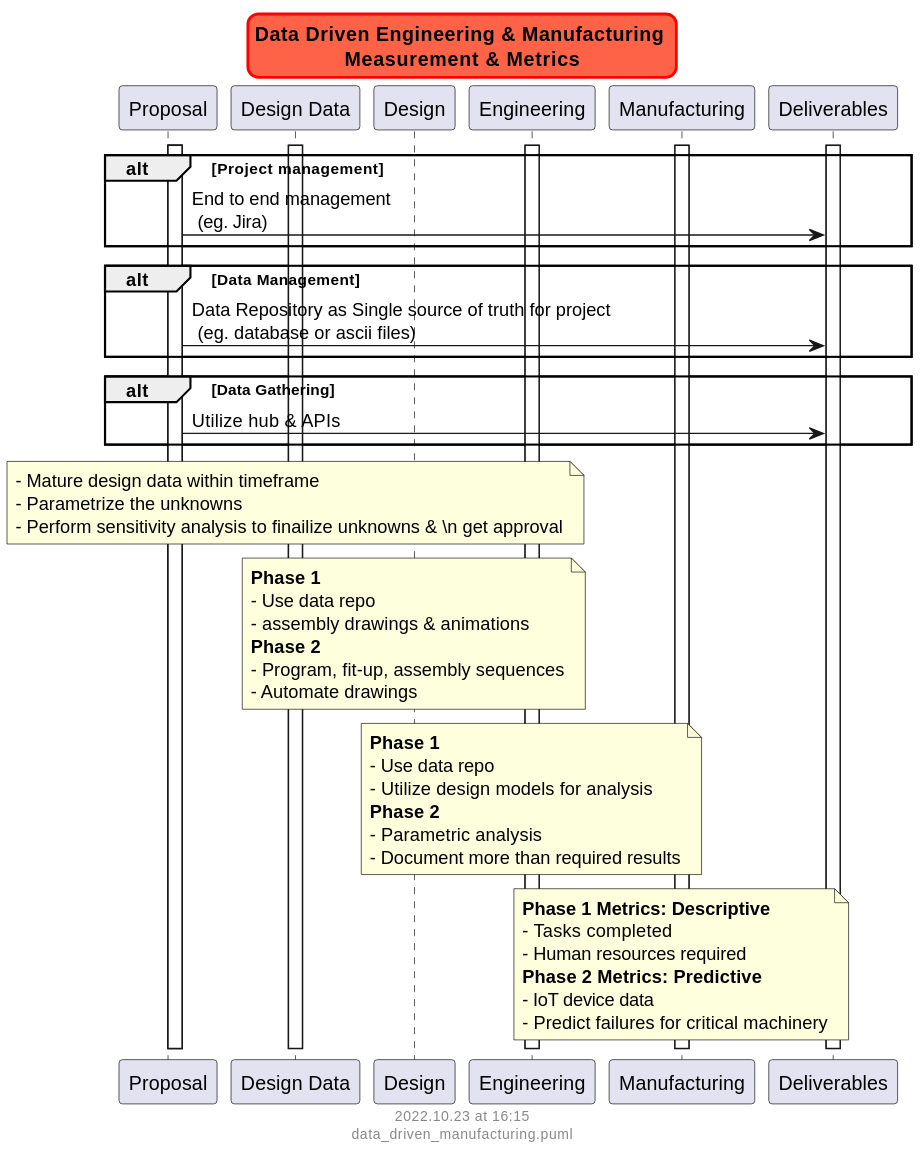
The PlantUML diagram eng/data_driven_engineering.svg in vamseeachanta/energy, before a commit. Source of this version:
```plantuml
@startuml data_driven_engineering
skinparam titleBorderRoundCorner 15
skinparam titleBorderThickness 2
skinparam titleBorderColor red
skinparam titleBackgroundColor Tomato

title Data Driven Engineering & Manufacturing \nMeasurement & Metrics

    participant Proposal
    participant "Design Data" as dd
    participant Design
    participant Engineering
    participant Manufacturing
    participant Deliverables
    activate Proposal

    activate Proposal
    activate dd
    activate Engineering
    activate Manufacturing
    activate Deliverables

    alt Project management
        Proposal-> Deliverables: End to end management \n (eg. Jira)
    end group

    alt Data Management
        Proposal-> Deliverables: Data Repository as Single source of truth for project \n (eg. database or ascii files)
    end group

    alt Data Gathering
        Proposal-> Deliverables: Utilize hub & APIs
    end group

note over dd
    - Mature design data within timeframe
    - Parametrize the unknowns
    - Perform sensitivity analysis to finailize unknowns & \n get approval
end note


note over Design
    <b>Phase 1
    - Use data repo
    - assembly drawings & animations
    <b>Phase 2
    - Program, fit-up, assembly sequences
    - Automate drawings
end note


note over Engineering
    <b>Phase 1
    - Use data repo
    - Utilize design models for analysis
    <b>Phase 2
    - Parametric analysis
    - Document more than required results
end note


note over Manufacturing
    <b>Phase 1 Metrics: Descriptive
    - Tasks completed
    - Human resources required
    <b>Phase 2 Metrics: Predictive
    - IoT device data
    - Predict failures for critical machinery
end note


footer
%date("yyyy.MM.dd' at 'HH:mm")
%filename()
end footer

@enduml
```
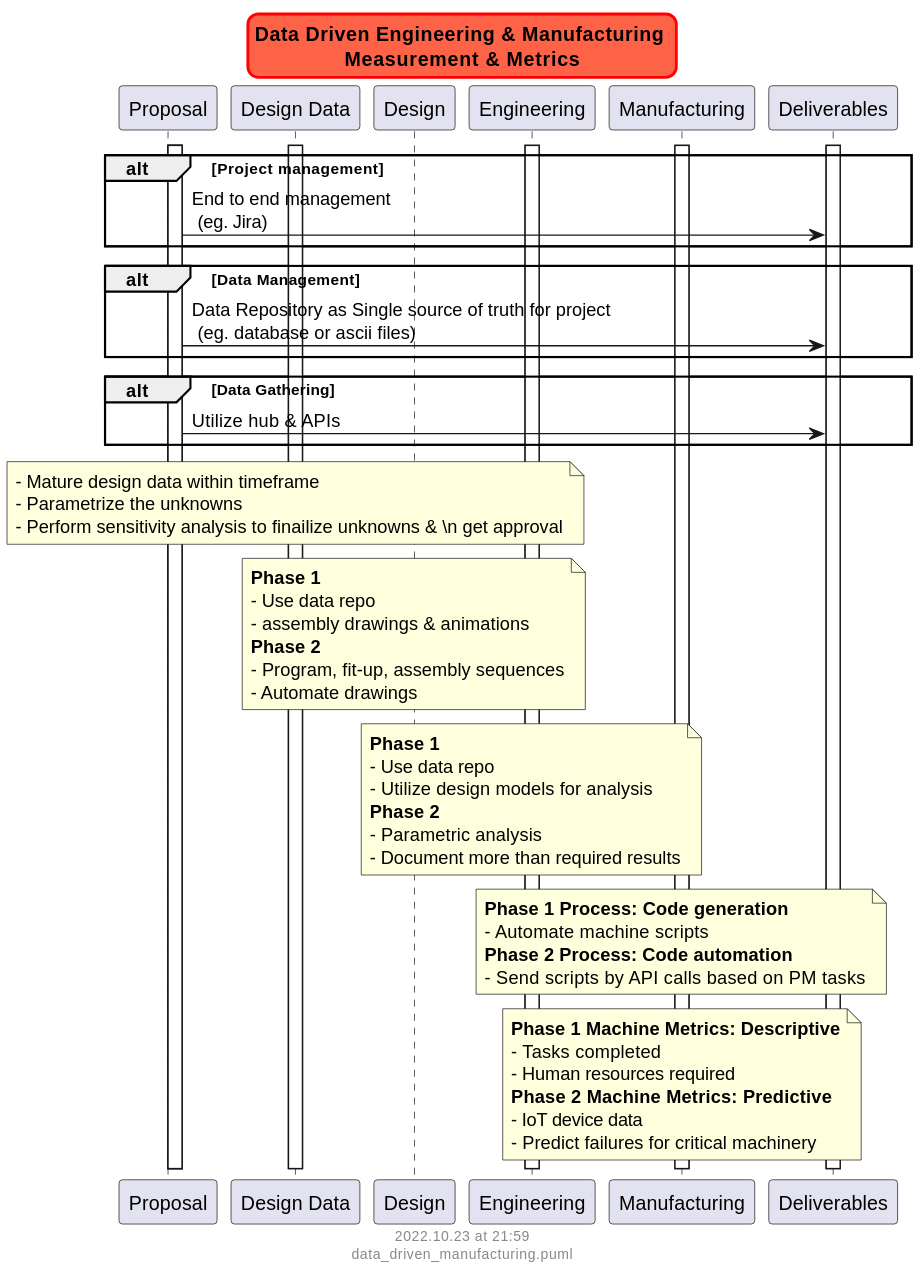
Later version of the same file.

Change to the diagram source:
```diff
@@ -60,10 +60,17 @@
 
 
 note over Manufacturing
-    <b>Phase 1 Metrics: Descriptive
+    <b>Phase 1 Process: Code generation
+    - Automate machine scripts
+    <b>Phase 2 Process: Code automation
+    - Send scripts by API calls based on PM tasks
+end note
+
+note over Manufacturing
+    <b>Phase 1 Machine Metrics: Descriptive
     - Tasks completed
     - Human resources required
-    <b>Phase 2 Metrics: Predictive
+    <b>Phase 2 Machine Metrics: Predictive
     - IoT device data
     - Predict failures for critical machinery
 end note
```
